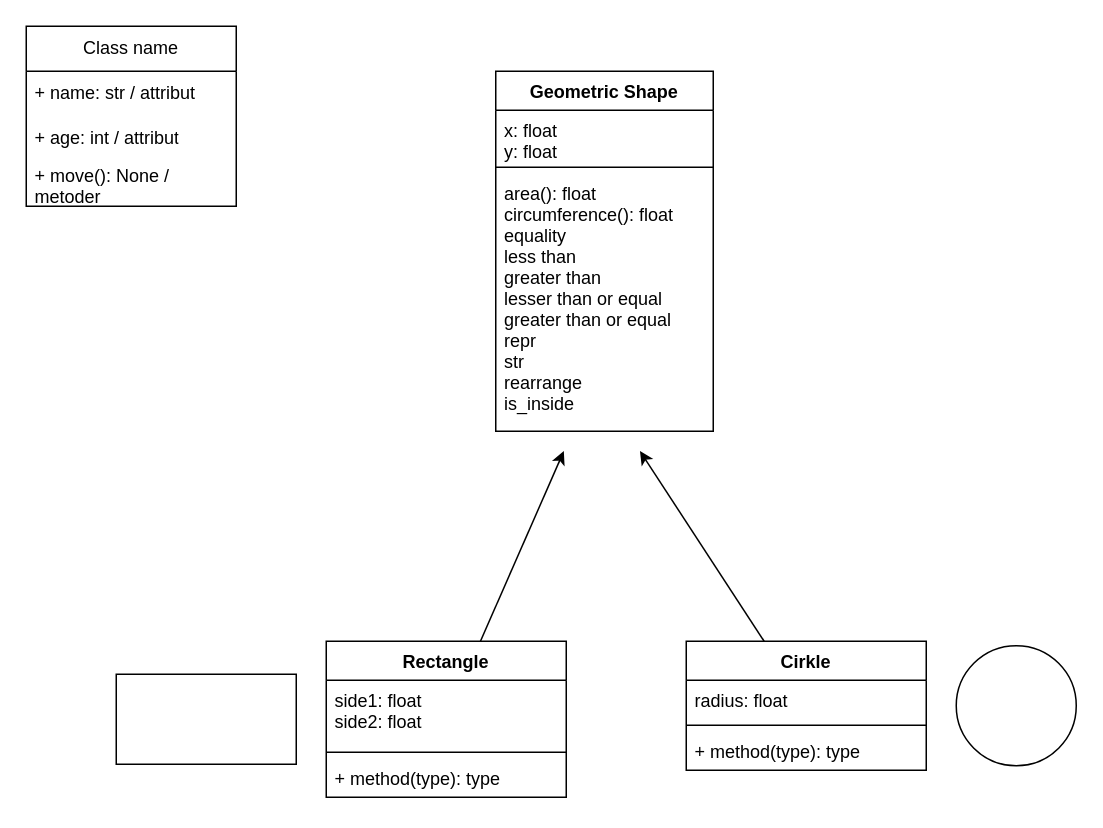
Before: Labs/Lab_3/Geometri_OOP.drawio in Wessnom/Python-Alexander-Wessner, a draw.io diagram. Source tidied: cells renumbered, new cells numbered last; positions are measured from the earlier drawing's top-left corner, leaving out a move shared by most shapes. Both pictures are drawn from the tidied source at 150%, with x=0, y=0 at pixel (26, 26).
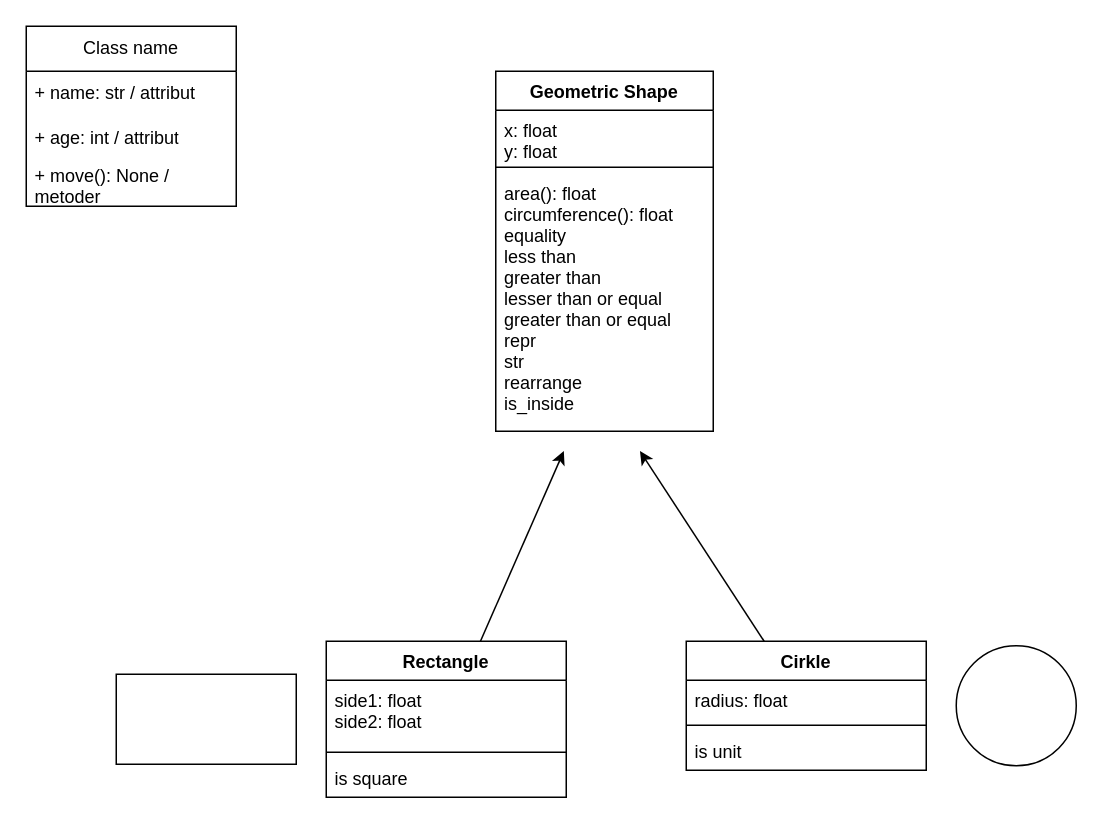
The same diagram, later.

Commit message (it also covers changes not shown here):
jobbar på koden samt UML

The change refers to these unchanged cells:
```xml
<mxCell id="11" value="Rectangle" style="swimlane;fontStyle=1;align=center;verticalAlign=top;horizontal=1;startSize=26;" parent="1" vertex="1">
  <mxGeometry x="200" y="410" width="160" height="104" as="geometry" />
</mxCell>
<mxCell id="16" value="Cirkle" style="swimlane;fontStyle=1;align=center;verticalAlign=top;horizontal=1;startSize=26;" parent="1" vertex="1">
  <mxGeometry x="440" y="410" width="160" height="86" as="geometry" />
</mxCell>
```

What changed in the source:
```diff
@@
-    <mxCell id="14" value="+ method(type): type" style="text;strokeColor=none;fillColor=none;align=left;verticalAlign=top;spacingLeft=4;spacingRight=4;overflow=hidden;" parent="11" vertex="1">
+    <mxCell id="14" value="is square" style="text;strokeColor=none;fillColor=none;align=left;verticalAlign=top;spacingLeft=4;spacingRight=4;overflow=hidden;" parent="11" vertex="1">
       <mxGeometry y="78" width="160" height="26" as="geometry" />
     </mxCell>
@@
-    <mxCell id="19" value="+ method(type): type" style="text;strokeColor=none;fillColor=none;align=left;verticalAlign=top;spacingLeft=4;spacingRight=4;overflow=hidden;" parent="16" vertex="1">
+    <mxCell id="19" value="is unit" style="text;strokeColor=none;fillColor=none;align=left;verticalAlign=top;spacingLeft=4;spacingRight=4;overflow=hidden;" parent="16" vertex="1">
       <mxGeometry y="60" width="160" height="26" as="geometry" />
     </mxCell>
```
